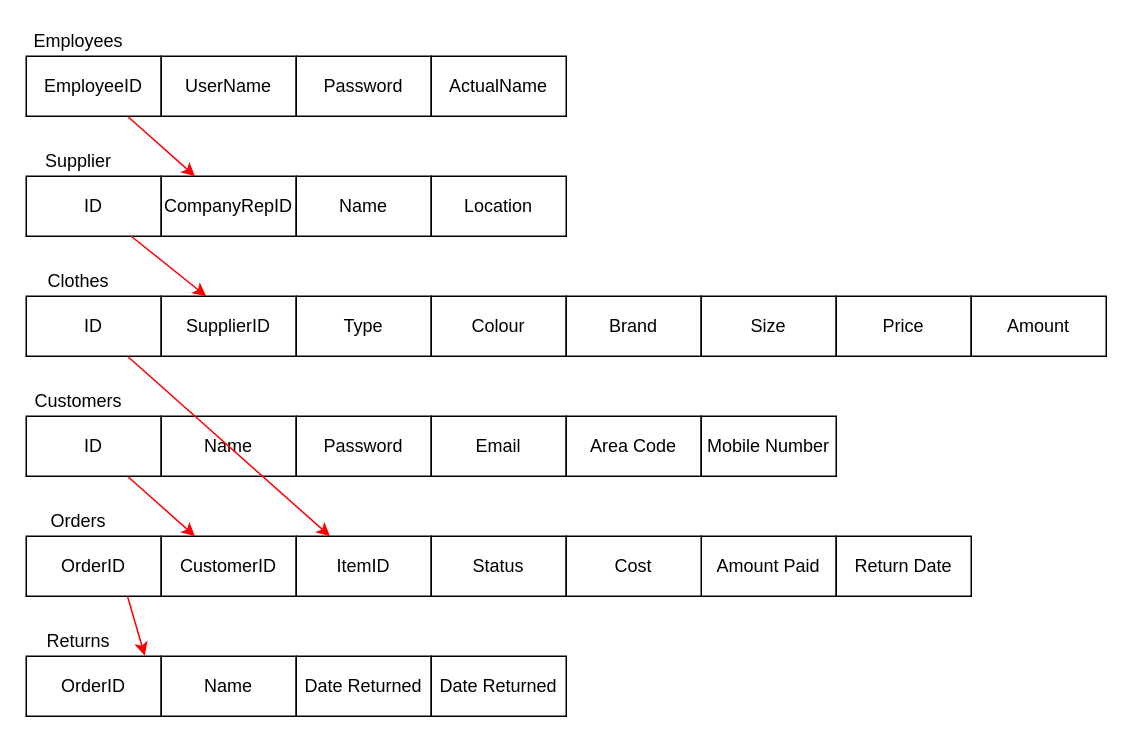
ClothingOnlineDatabase/ClothingStoreFiles keeps this draw.io diagram as FE2RelationalModel.drawio. Above is the earlier version. Source tidied: cells renumbered, new cells numbered last; positions are measured from the earlier drawing's top-left corner, leaving out a move shared by most shapes. Both pictures are drawn from the tidied source at 150%, with x=0, y=0 at pixel (26, 26).
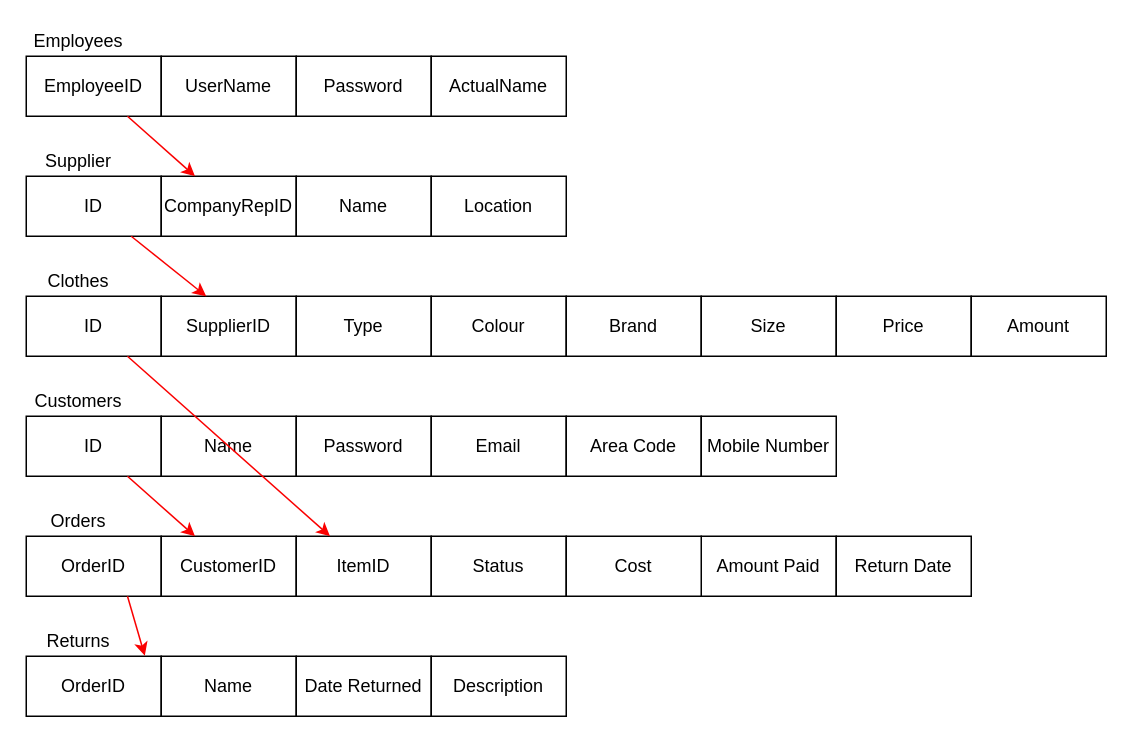
The same page after the edit.

Commit message (it also covers changes not shown here):
C17352286 Eoghan O'Brien

Minor changes to relational model

Diff of the diagram source:
```diff
@@
-    <mxCell id="45" value="Date Returned" style="rounded=0;whiteSpace=wrap;html=1;" parent="1" vertex="1">
+    <mxCell id="45" value="Description" style="rounded=0;whiteSpace=wrap;html=1;" parent="1" vertex="1">
       <mxGeometry x="270" y="420" width="90" height="40" as="geometry" />
     </mxCell>
```
